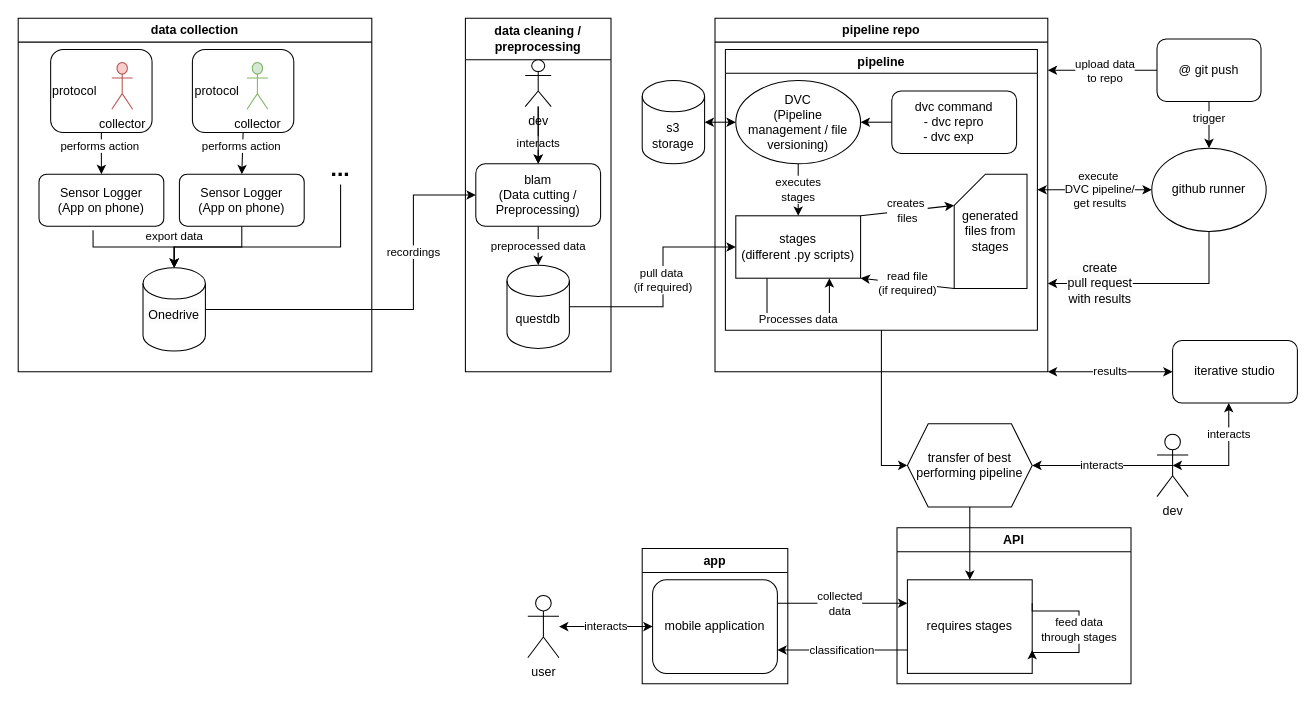
Above: architecture.drawio in Sensor-Based-Activity-Recognition/docs (draw.io), before the change. Source tidied: cells renumbered, new cells numbered last; positions are measured from the earlier drawing's top-left corner, leaving out a move shared by most shapes. Both pictures are drawn from the tidied source at 104%, with x=0, y=0 at pixel (18, 18).
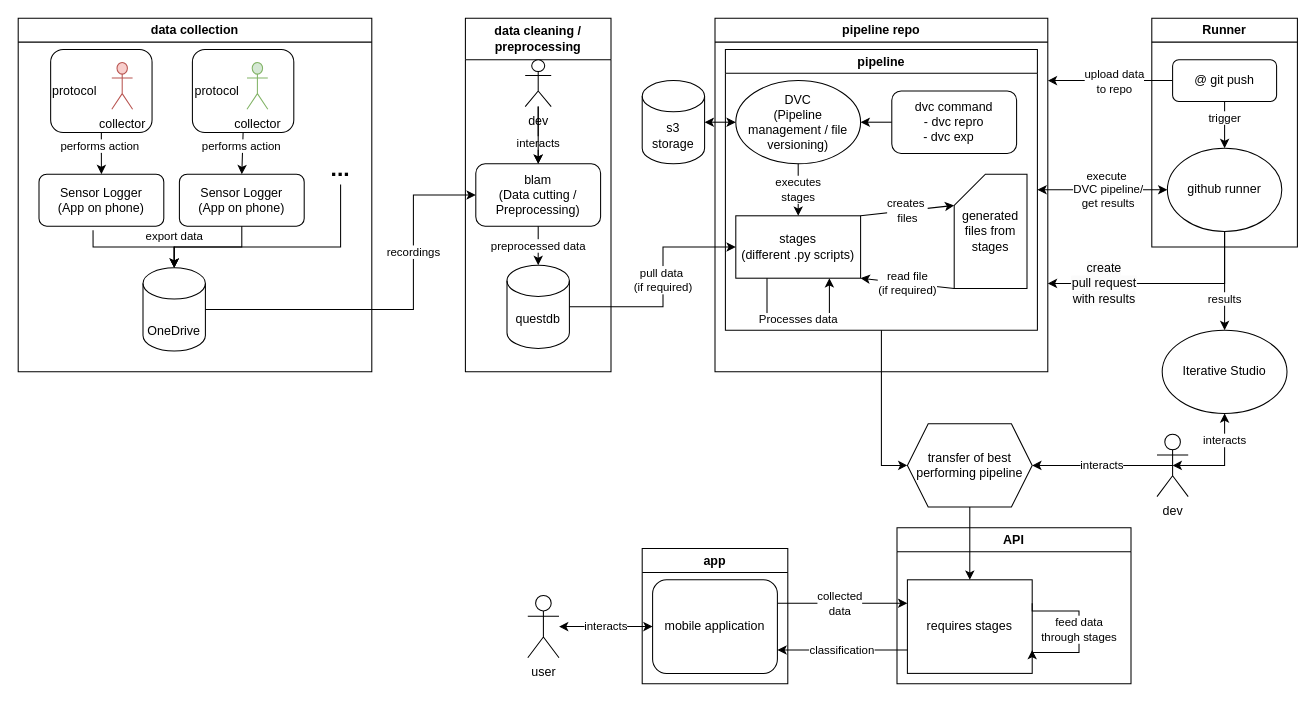
The same page after the edit.

The change refers to these unchanged cells:
```xml
<mxCell id="2" value="data collection" style="swimlane;whiteSpace=wrap;html=1;" parent="1" vertex="1">
  <mxGeometry width="340" height="340" as="geometry" />
</mxCell>
<mxCell id="23" value="pipeline repo" style="swimlane;whiteSpace=wrap;html=1;" parent="1" vertex="1">
  <mxGeometry x="670" width="320" height="340" as="geometry" />
</mxCell>
<mxCell id="46" value="dev" style="shape=umlActor;verticalLabelPosition=bottom;verticalAlign=top;html=1;outlineConnect=0;" parent="1" vertex="1">
  <mxGeometry x="1095" y="400" width="30" height="60" as="geometry" />
</mxCell>
```

The edit, as a diff of the source:
```diff
@@
-    <mxCell id="11" value="&#10;&lt;span style=&quot;color: rgb(0, 0, 0); font-family: Helvetica; font-size: 12px; font-style: normal; font-variant-ligatures: normal; font-variant-caps: normal; font-weight: 400; letter-spacing: normal; orphans: 2; text-align: center; text-indent: 0px; text-transform: none; widows: 2; word-spacing: 0px; -webkit-text-stroke-width: 0px; background-color: rgb(251, 251, 251); text-decoration-thickness: initial; text-decoration-style: initial; text-decoration-color: initial; float: none; display: inline !important;&quot;&gt;Onedrive&lt;/span&gt;&#10;&#10;" style="shape=cylinder3;whiteSpace=wrap;html=1;boundedLbl=1;backgroundOutline=1;size=15;" parent="2" vertex="1">
+    <mxCell id="11" value="&lt;br&gt;&lt;span style=&quot;color: rgb(0, 0, 0); font-family: Helvetica; font-size: 12px; font-style: normal; font-variant-ligatures: normal; font-variant-caps: normal; font-weight: 400; letter-spacing: normal; orphans: 2; text-align: center; text-indent: 0px; text-transform: none; widows: 2; word-spacing: 0px; -webkit-text-stroke-width: 0px; background-color: rgb(251, 251, 251); text-decoration-thickness: initial; text-decoration-style: initial; text-decoration-color: initial; float: none; display: inline !important;&quot;&gt;OneDrive&lt;/span&gt;&lt;br&gt;" style="shape=cylinder3;whiteSpace=wrap;html=1;boundedLbl=1;backgroundOutline=1;size=15;" parent="2" vertex="1">
       <mxGeometry x="120" y="240" width="60" height="80" as="geometry" />
     </mxCell>
@@
     <mxCell id="36" style="endArrow=classic;html=1;rounded=0;exitX=0;exitY=0.5;exitDx=0;exitDy=0;" parent="1" edge="1" source="54">
       <mxGeometry relative="1" as="geometry">
-        <mxPoint x="990" y="50" as="targetPoint" />
+        <mxPoint x="990" y="60" as="targetPoint" />
       </mxGeometry>
     </mxCell>
@@
-    <mxCell id="38" value="iterative studio" style="rounded=1;whiteSpace=wrap;html=1;" parent="1" vertex="1">
-      <mxGeometry x="1110" y="310" width="120" height="60" as="geometry" />
-    </mxCell>
-    <mxCell id="39" value="results" style="endArrow=classic;startArrow=classic;html=1;rounded=0;exitX=0;exitY=0.5;exitDx=0;exitDy=0;entryX=1;entryY=1;entryDx=0;entryDy=0;" parent="1" edge="1" source="38" target="23">
-      <mxGeometry relative="1" as="geometry" />
+    <mxCell id="39" value="results" style="endArrow=none;startArrow=classic;html=1;rounded=0;exitX=0.5;exitY=0;exitDx=0;exitDy=0;entryX=0.5;entryY=1;entryDx=0;entryDy=0;startFill=1;endFill=0;" parent="1" edge="1" source="62" target="50">
+      <mxGeometry x="-0.37" relative="1" as="geometry" />
     </mxCell>
@@
-    <mxCell id="49" value="interacts" style="endArrow=classic;startArrow=classic;html=1;rounded=0;entryX=0.45;entryY=1;entryDx=0;entryDy=0;entryPerimeter=0;exitX=0.5;exitY=0.5;exitDx=0;exitDy=0;exitPerimeter=0;edgeStyle=orthogonalEdgeStyle;" parent="1" edge="1" source="46" target="38">
+    <mxCell id="49" value="interacts" style="endArrow=classic;startArrow=classic;html=1;rounded=0;exitX=0.5;exitY=0.5;exitDx=0;exitDy=0;exitPerimeter=0;edgeStyle=orthogonalEdgeStyle;entryX=0.5;entryY=1;entryDx=0;entryDy=0;" parent="1" edge="1" source="46" target="62">
       <mxGeometry x="0.47" relative="1" as="geometry">
         <Array as="points">
-          <mxPoint x="1164" y="430" />
+          <mxPoint x="1160" y="430" />
         </Array>
       </mxGeometry>
     </mxCell>
-    <mxCell id="50" value="github runner" style="ellipse;whiteSpace=wrap;html=1;" parent="1" vertex="1">
-      <mxGeometry x="1090" y="125" width="110" height="80" as="geometry" />
-    </mxCell>
-    <mxCell id="51" value="trigger" style="endArrow=classic;html=1;rounded=0;exitX=0.5;exitY=1;exitDx=0;exitDy=0;entryX=0.5;entryY=0;entryDx=0;entryDy=0;" parent="1" edge="1" source="54" target="50">
-      <mxGeometry x="-0.29" relative="1" as="geometry" />
-    </mxCell>
@@
-    <mxCell id="54" value="@ git push" style="rounded=1;whiteSpace=wrap;html=1;align=center;" parent="1" vertex="1">
-      <mxGeometry x="1095" y="20" width="100" height="60" as="geometry" />
-    </mxCell>
@@
+    <mxCell id="62" value="Iterative Studio" style="ellipse;whiteSpace=wrap;html=1;" parent="1" vertex="1">
+      <mxGeometry x="1100" y="300" width="120" height="80" as="geometry" />
+    </mxCell>
+    <mxCell id="63" value="Runner" style="swimlane;whiteSpace=wrap;html=1;" parent="1" vertex="1">
+      <mxGeometry x="1090" width="140" height="220" as="geometry" />
+    </mxCell>
+    <mxCell id="50" value="github runner" style="ellipse;whiteSpace=wrap;html=1;" parent="63" vertex="1">
+      <mxGeometry x="15" y="125" width="110" height="80" as="geometry" />
+    </mxCell>
+    <mxCell id="54" value="@ git push" style="rounded=1;whiteSpace=wrap;html=1;align=center;" parent="63" vertex="1">
+      <mxGeometry x="20" y="40" width="100" height="40" as="geometry" />
+    </mxCell>
+    <mxCell id="51" value="trigger" style="endArrow=classic;html=1;rounded=0;exitX=0.5;exitY=1;exitDx=0;exitDy=0;entryX=0.5;entryY=0;entryDx=0;entryDy=0;" parent="63" edge="1" source="54" target="50">
+      <mxGeometry x="-0.29" relative="1" as="geometry" />
+    </mxCell>
```
